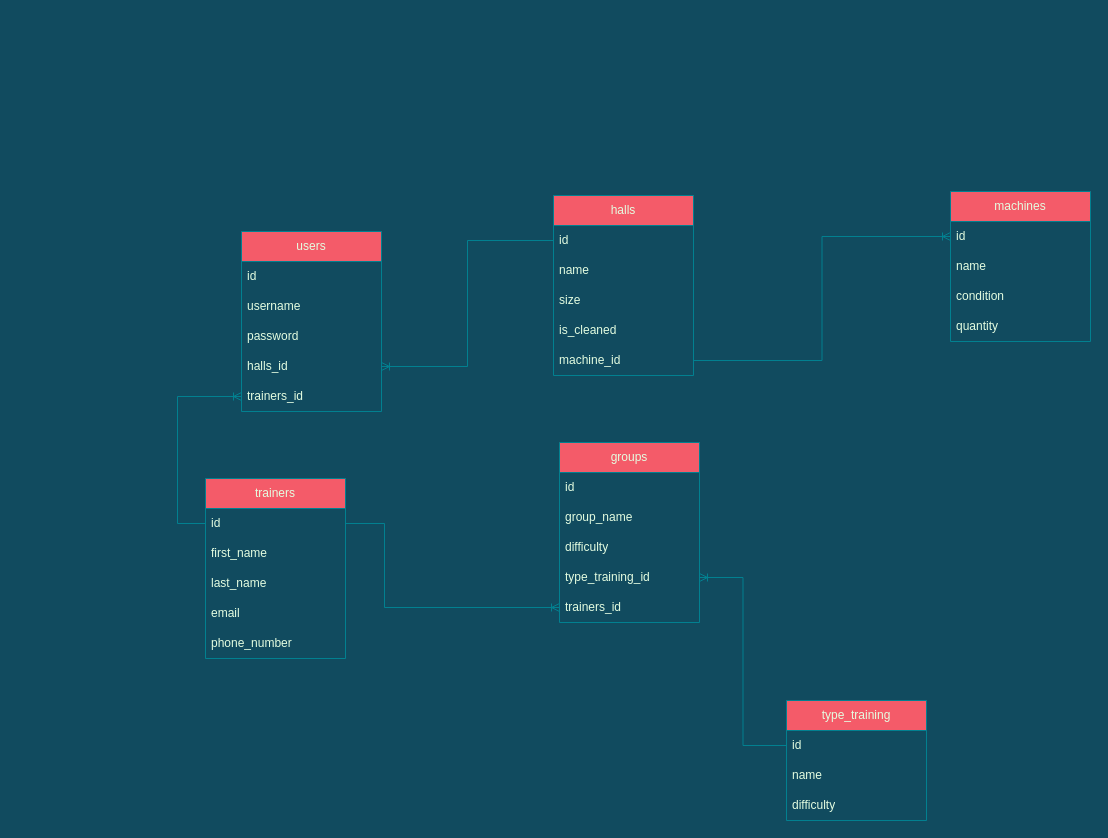
The draw.io diagram Diagram bez tytułu (2).drawio in Wojtur28/SzkolenieTechniczne1Projekt, before the edit. Source tidied: cells renumbered, new cells numbered last; positions are measured from the earlier drawing's top-left corner, leaving out a move shared by most shapes. Both pictures are drawn from the tidied source at 100%, with x=0, y=0 at pixel (177, 191).
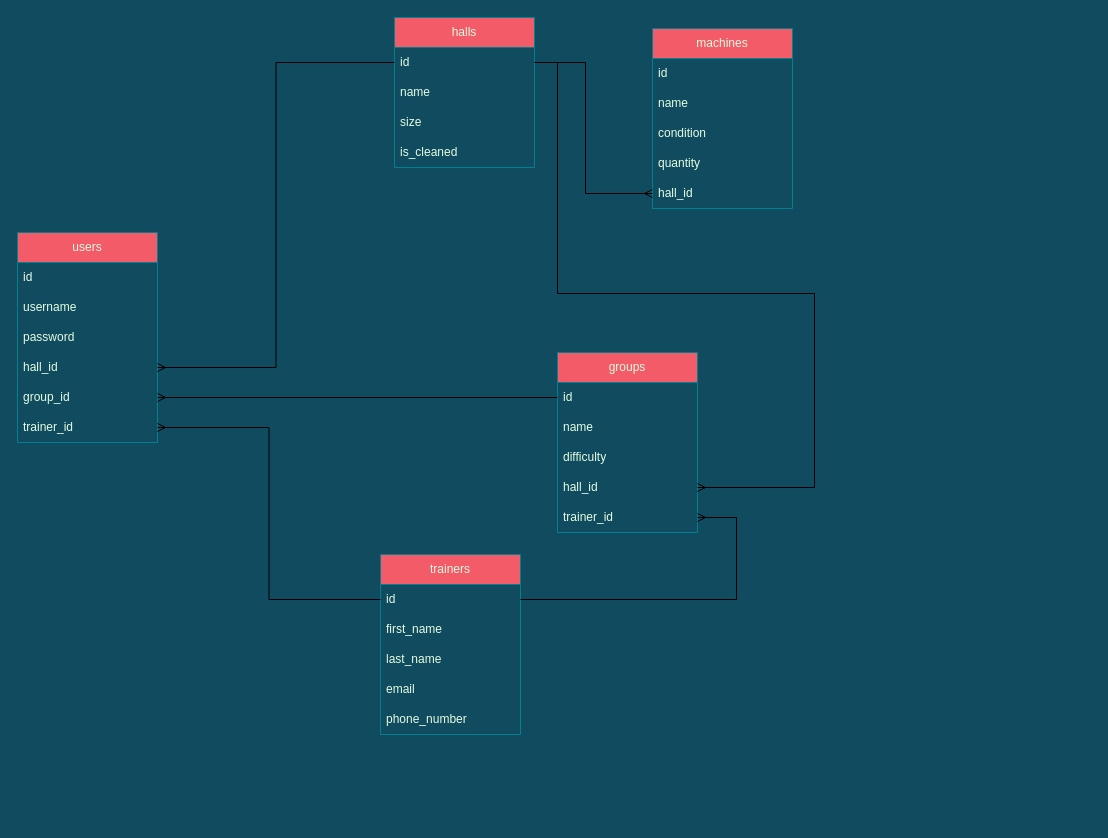
The same diagram, later.

The change refers to these unchanged cells:
```xml
<mxCell id="3" value="id" style="text;strokeColor=none;fillColor=none;align=left;verticalAlign=middle;spacingLeft=4;spacingRight=4;overflow=hidden;points=[[0,0.5],[1,0.5]];portConstraint=eastwest;whiteSpace=wrap;html=1;fontColor=#E4FDE1;" parent="2" vertex="1">
  <mxGeometry y="30" width="140" height="30" as="geometry" />
</mxCell>
<mxCell id="15" value="id" style="text;strokeColor=none;fillColor=none;align=left;verticalAlign=middle;spacingLeft=4;spacingRight=4;overflow=hidden;points=[[0,0.5],[1,0.5]];portConstraint=eastwest;whiteSpace=wrap;html=1;fontColor=#E4FDE1;" parent="14" vertex="1">
  <mxGeometry y="30" width="140" height="30" as="geometry" />
</mxCell>
<mxCell id="25" value="id" style="text;strokeColor=none;fillColor=none;align=left;verticalAlign=middle;spacingLeft=4;spacingRight=4;overflow=hidden;points=[[0,0.5],[1,0.5]];portConstraint=eastwest;whiteSpace=wrap;html=1;fontColor=#E4FDE1;" parent="24" vertex="1">
  <mxGeometry y="30" width="140" height="30" as="geometry" />
</mxCell>
<mxCell id="35" value="id" style="text;strokeColor=none;fillColor=none;align=left;verticalAlign=middle;spacingLeft=4;spacingRight=4;overflow=hidden;points=[[0,0.5],[1,0.5]];portConstraint=eastwest;whiteSpace=wrap;html=1;fontColor=#E4FDE1;" parent="34" vertex="1">
  <mxGeometry y="30" width="140" height="30" as="geometry" />
</mxCell>
```

Diff of the diagram source:
```diff
@@
     <mxCell id="2" value="trainers" style="swimlane;fontStyle=0;horizontal=1;startSize=30;whiteSpace=wrap;html=1;fillColor=#F45B69;strokeColor=#028090;fontColor=#E4FDE1;" parent="1" vertex="1">
-      <mxGeometry x="28" y="287" width="140" height="180" as="geometry" />
+      <mxGeometry x="203" y="363" width="140" height="180" as="geometry" />
     </mxCell>
@@
     <mxCell id="8" value="users" style="swimlane;fontStyle=0;horizontal=1;startSize=30;whiteSpace=wrap;html=1;fillColor=#F45B69;strokeColor=#028090;fontColor=#E4FDE1;" parent="1" vertex="1">
-      <mxGeometry x="64" y="40" width="140" height="180" as="geometry" />
+      <mxGeometry x="-160" y="41" width="140" height="210" as="geometry" />
     </mxCell>
@@
-    <mxCell id="12" value="halls_id" style="text;strokeColor=none;fillColor=none;align=left;verticalAlign=middle;spacingLeft=4;spacingRight=4;overflow=hidden;points=[[0,0.5],[1,0.5]];portConstraint=eastwest;whiteSpace=wrap;html=1;fontColor=#E4FDE1;" parent="8" vertex="1">
-      <mxGeometry y="120" width="140" height="30" as="geometry" />
-    </mxCell>
-    <mxCell id="13" value="trainers_id" style="text;strokeColor=none;fillColor=none;align=left;verticalAlign=middle;spacingLeft=4;spacingRight=4;overflow=hidden;points=[[0,0.5],[1,0.5]];portConstraint=eastwest;whiteSpace=wrap;html=1;fontColor=#E4FDE1;" parent="8" vertex="1">
-      <mxGeometry y="150" width="140" height="30" as="geometry" />
-    </mxCell>
+    <mxCell id="40" value="hall_id" style="text;strokeColor=none;fillColor=none;align=left;verticalAlign=middle;spacingLeft=4;spacingRight=4;overflow=hidden;points=[[0,0.5],[1,0.5]];portConstraint=eastwest;whiteSpace=wrap;html=1;fontColor=#E4FDE1;" parent="8" vertex="1">
+      <mxGeometry y="120" width="140" height="30" as="geometry" />
+    </mxCell>
+    <mxCell id="41" value="group_id" style="text;strokeColor=none;fillColor=none;align=left;verticalAlign=middle;spacingLeft=4;spacingRight=4;overflow=hidden;points=[[0,0.5],[1,0.5]];portConstraint=eastwest;whiteSpace=wrap;html=1;fontColor=#E4FDE1;" parent="8" vertex="1">
+      <mxGeometry y="150" width="140" height="30" as="geometry" />
+    </mxCell>
+    <mxCell id="42" value="trainer_id" style="text;strokeColor=none;fillColor=none;align=left;verticalAlign=middle;spacingLeft=4;spacingRight=4;overflow=hidden;points=[[0,0.5],[1,0.5]];portConstraint=eastwest;whiteSpace=wrap;html=1;fontColor=#E4FDE1;" parent="8" vertex="1">
+      <mxGeometry y="180" width="140" height="30" as="geometry" />
+    </mxCell>
     <mxCell id="14" value="groups" style="swimlane;fontStyle=0;horizontal=1;startSize=30;whiteSpace=wrap;html=1;fillColor=#F45B69;strokeColor=#028090;fontColor=#E4FDE1;" parent="1" vertex="1">
-      <mxGeometry x="382" y="251" width="140" height="180" as="geometry" />
+      <mxGeometry x="380" y="161" width="140" height="180" as="geometry" />
     </mxCell>
@@
-    <mxCell id="16" value="group_name" style="text;strokeColor=none;fillColor=none;align=left;verticalAlign=middle;spacingLeft=4;spacingRight=4;overflow=hidden;whiteSpace=wrap;html=1;fontColor=#E4FDE1;" parent="14" vertex="1">
+    <mxCell id="16" value="name" style="text;strokeColor=none;fillColor=none;align=left;verticalAlign=middle;spacingLeft=4;spacingRight=4;overflow=hidden;whiteSpace=wrap;html=1;fontColor=#E4FDE1;" parent="14" vertex="1">
       <mxGeometry y="60" width="140" height="30" as="geometry" />
     </mxCell>
@@
-    <mxCell id="18" value="type_training_id" style="text;strokeColor=none;fillColor=none;align=left;verticalAlign=middle;spacingLeft=4;spacingRight=4;overflow=hidden;points=[[0,0.5],[1,0.5]];portConstraint=eastwest;whiteSpace=wrap;html=1;fontColor=#E4FDE1;" parent="14" vertex="1">
-      <mxGeometry y="120" width="140" height="30" as="geometry" />
-    </mxCell>
-    <mxCell id="19" value="trainers_id" style="text;strokeColor=none;fillColor=none;align=left;verticalAlign=middle;spacingLeft=4;spacingRight=4;overflow=hidden;points=[[0,0.5],[1,0.5]];portConstraint=eastwest;whiteSpace=wrap;html=1;fontColor=#E4FDE1;" parent="14" vertex="1">
-      <mxGeometry y="150" width="140" height="30" as="geometry" />
-    </mxCell>
-    <mxCell id="20" value="type_training" style="swimlane;fontStyle=0;horizontal=1;startSize=30;whiteSpace=wrap;html=1;fillColor=#F45B69;strokeColor=#028090;fontColor=#E4FDE1;" parent="1" vertex="1">
-      <mxGeometry x="609" y="509" width="140" height="120" as="geometry" />
-    </mxCell>
-    <mxCell id="21" value="id" style="text;strokeColor=none;fillColor=none;align=left;verticalAlign=middle;spacingLeft=4;spacingRight=4;overflow=hidden;points=[[0,0.5],[1,0.5]];portConstraint=eastwest;whiteSpace=wrap;html=1;fontColor=#E4FDE1;" parent="20" vertex="1">
-      <mxGeometry y="30" width="140" height="30" as="geometry" />
-    </mxCell>
-    <mxCell id="22" value="name" style="text;strokeColor=none;fillColor=none;align=left;verticalAlign=middle;spacingLeft=4;spacingRight=4;overflow=hidden;whiteSpace=wrap;html=1;fontColor=#E4FDE1;" parent="20" vertex="1">
-      <mxGeometry y="60" width="140" height="30" as="geometry" />
-    </mxCell>
-    <mxCell id="23" value="difficulty" style="text;strokeColor=none;fillColor=none;align=left;verticalAlign=middle;spacingLeft=4;spacingRight=4;overflow=hidden;whiteSpace=wrap;html=1;fontColor=#E4FDE1;" parent="20" vertex="1">
-      <mxGeometry y="90" width="140" height="30" as="geometry" />
-    </mxCell>
+    <mxCell id="43" value="hall_id" style="text;strokeColor=none;fillColor=none;align=left;verticalAlign=middle;spacingLeft=4;spacingRight=4;overflow=hidden;points=[[0,0.5],[1,0.5]];portConstraint=eastwest;whiteSpace=wrap;html=1;fontColor=#E4FDE1;" parent="14" vertex="1">
+      <mxGeometry y="120" width="140" height="30" as="geometry" />
+    </mxCell>
+    <mxCell id="44" value="trainer_id" style="text;strokeColor=none;fillColor=none;align=left;verticalAlign=middle;spacingLeft=4;spacingRight=4;overflow=hidden;points=[[0,0.5],[1,0.5]];portConstraint=eastwest;whiteSpace=wrap;html=1;fontColor=#E4FDE1;" parent="14" vertex="1">
+      <mxGeometry y="150" width="140" height="30" as="geometry" />
+    </mxCell>
     <mxCell id="24" value="halls" style="swimlane;fontStyle=0;horizontal=1;startSize=30;whiteSpace=wrap;html=1;swimlaneFillColor=none;fillColor=#F45B69;strokeColor=#028090;fontColor=#E4FDE1;" parent="1" vertex="1">
-      <mxGeometry x="376" y="4" width="140" height="180" as="geometry" />
+      <mxGeometry x="217" y="-174" width="140" height="150" as="geometry" />
     </mxCell>
@@
-    <mxCell id="29" value="machine_id" style="text;strokeColor=none;fillColor=none;align=left;verticalAlign=middle;spacingLeft=4;spacingRight=4;overflow=hidden;points=[[0,0.5],[1,0.5]];portConstraint=eastwest;whiteSpace=wrap;html=1;fontColor=#E4FDE1;" parent="24" vertex="1">
-      <mxGeometry y="150" width="140" height="30" as="geometry" />
-    </mxCell>
-    <mxCell id="30" style="edgeStyle=orthogonalEdgeStyle;fontSize=12;html=1;endArrow=ERoneToMany;rounded=0;shadow=0;sketch=0;strokeColor=#028090;strokeWidth=1;labelBackgroundColor=#114B5F;fontColor=#E4FDE1;" parent="1" edge="1" source="21" target="18">
-      <mxGeometry relative="1" as="geometry" />
-    </mxCell>
-    <mxCell id="31" style="edgeStyle=orthogonalEdgeStyle;fontSize=12;html=1;endArrow=ERoneToMany;rounded=0;shadow=0;sketch=0;strokeColor=#028090;strokeWidth=1;exitX=0;exitY=0.5;exitDx=0;exitDy=0;labelBackgroundColor=#114B5F;fontColor=#E4FDE1;" parent="1" edge="1" source="25" target="12">
-      <mxGeometry relative="1" as="geometry" />
-    </mxCell>
-    <mxCell id="32" style="edgeStyle=orthogonalEdgeStyle;fontSize=12;html=1;endArrow=ERoneToMany;rounded=0;shadow=0;sketch=0;strokeColor=#028090;strokeWidth=1;entryX=0;entryY=0.5;entryDx=0;entryDy=0;exitX=1;exitY=0.5;exitDx=0;exitDy=0;labelBackgroundColor=#114B5F;fontColor=#E4FDE1;" parent="1" edge="1" source="3" target="19">
-      <mxGeometry relative="1" as="geometry">
-        <Array as="points">
-          <mxPoint x="207" y="332" />
-          <mxPoint x="207" y="416" />
-        </Array>
-      </mxGeometry>
-    </mxCell>
-    <mxCell id="33" style="edgeStyle=orthogonalEdgeStyle;fontSize=12;html=1;endArrow=ERoneToMany;rounded=0;shadow=0;sketch=0;strokeColor=#028090;strokeWidth=1;exitX=0;exitY=0.5;exitDx=0;exitDy=0;entryX=0;entryY=0.5;entryDx=0;entryDy=0;labelBackgroundColor=#114B5F;fontColor=#E4FDE1;" parent="1" edge="1" source="3" target="13">
-      <mxGeometry relative="1" as="geometry">
-        <Array as="points">
-          <mxPoint y="332" />
-          <mxPoint y="205" />
-        </Array>
-      </mxGeometry>
-    </mxCell>
     <mxCell id="34" value="machines" style="swimlane;fontStyle=0;horizontal=1;startSize=30;whiteSpace=wrap;html=1;fillColor=#F45B69;strokeColor=#028090;fontColor=#E4FDE1;" parent="1" vertex="1">
-      <mxGeometry x="773" width="140" height="150" as="geometry" />
+      <mxGeometry x="475" y="-163" width="140" height="180" as="geometry" />
     </mxCell>
@@
-    <mxCell id="39" style="edgeStyle=orthogonalEdgeStyle;fontSize=12;html=1;endArrow=ERoneToMany;rounded=0;shadow=0;sketch=0;strokeColor=#028090;strokeWidth=1;labelBackgroundColor=#114B5F;fontColor=#E4FDE1;" parent="1" edge="1" source="29" target="35">
-      <mxGeometry relative="1" as="geometry" />
-    </mxCell>
+    <mxCell id="45" value="hall_id" style="text;strokeColor=none;fillColor=none;align=left;verticalAlign=middle;spacingLeft=4;spacingRight=4;overflow=hidden;points=[[0,0.5],[1,0.5]];portConstraint=eastwest;whiteSpace=wrap;html=1;fontColor=#E4FDE1;" parent="34" vertex="1">
+      <mxGeometry y="150" width="140" height="30" as="geometry" />
+    </mxCell>
+    <mxCell id="46" style="edgeStyle=orthogonalEdgeStyle;fontSize=12;html=1;endArrow=ERmany;rounded=0;entryX=1;entryY=0.5;entryDx=0;entryDy=0;" parent="1" edge="1" source="25" target="40">
+      <mxGeometry relative="1" as="geometry" />
+    </mxCell>
+    <mxCell id="47" style="edgeStyle=orthogonalEdgeStyle;fontSize=12;html=1;endArrow=ERmany;rounded=0;exitX=0;exitY=0.5;exitDx=0;exitDy=0;entryX=1;entryY=0.5;entryDx=0;entryDy=0;" parent="1" edge="1" source="15" target="41">
+      <mxGeometry relative="1" as="geometry" />
+    </mxCell>
+    <mxCell id="48" style="edgeStyle=orthogonalEdgeStyle;fontSize=12;html=1;endArrow=ERmany;rounded=0;exitX=0;exitY=0.5;exitDx=0;exitDy=0;entryX=1;entryY=0.5;entryDx=0;entryDy=0;" parent="1" edge="1" source="3" target="42">
+      <mxGeometry relative="1" as="geometry" />
+    </mxCell>
+    <mxCell id="49" style="edgeStyle=orthogonalEdgeStyle;fontSize=12;html=1;endArrow=ERmany;rounded=0;exitX=1;exitY=0.5;exitDx=0;exitDy=0;entryX=1;entryY=0.5;entryDx=0;entryDy=0;" parent="1" edge="1" source="3" target="44">
+      <mxGeometry relative="1" as="geometry">
+        <Array as="points">
+          <mxPoint x="559" y="408" />
+          <mxPoint x="559" y="326" />
+        </Array>
+      </mxGeometry>
+    </mxCell>
+    <mxCell id="50" style="edgeStyle=orthogonalEdgeStyle;fontSize=12;html=1;endArrow=ERmany;rounded=0;exitX=1;exitY=0.5;exitDx=0;exitDy=0;entryX=0;entryY=0.5;entryDx=0;entryDy=0;" parent="1" edge="1" source="25" target="45">
+      <mxGeometry relative="1" as="geometry">
+        <Array as="points">
+          <mxPoint x="408" y="-129" />
+          <mxPoint x="408" y="2" />
+        </Array>
+      </mxGeometry>
+    </mxCell>
+    <mxCell id="51" style="edgeStyle=orthogonalEdgeStyle;fontSize=12;html=1;endArrow=ERmany;rounded=0;entryX=1;entryY=0.5;entryDx=0;entryDy=0;" parent="1" edge="1" source="25" target="43">
+      <mxGeometry relative="1" as="geometry">
+        <Array as="points">
+          <mxPoint x="380" y="-129" />
+          <mxPoint x="380" y="102" />
+          <mxPoint x="637" y="102" />
+          <mxPoint x="637" y="296" />
+        </Array>
+      </mxGeometry>
+    </mxCell>
```
